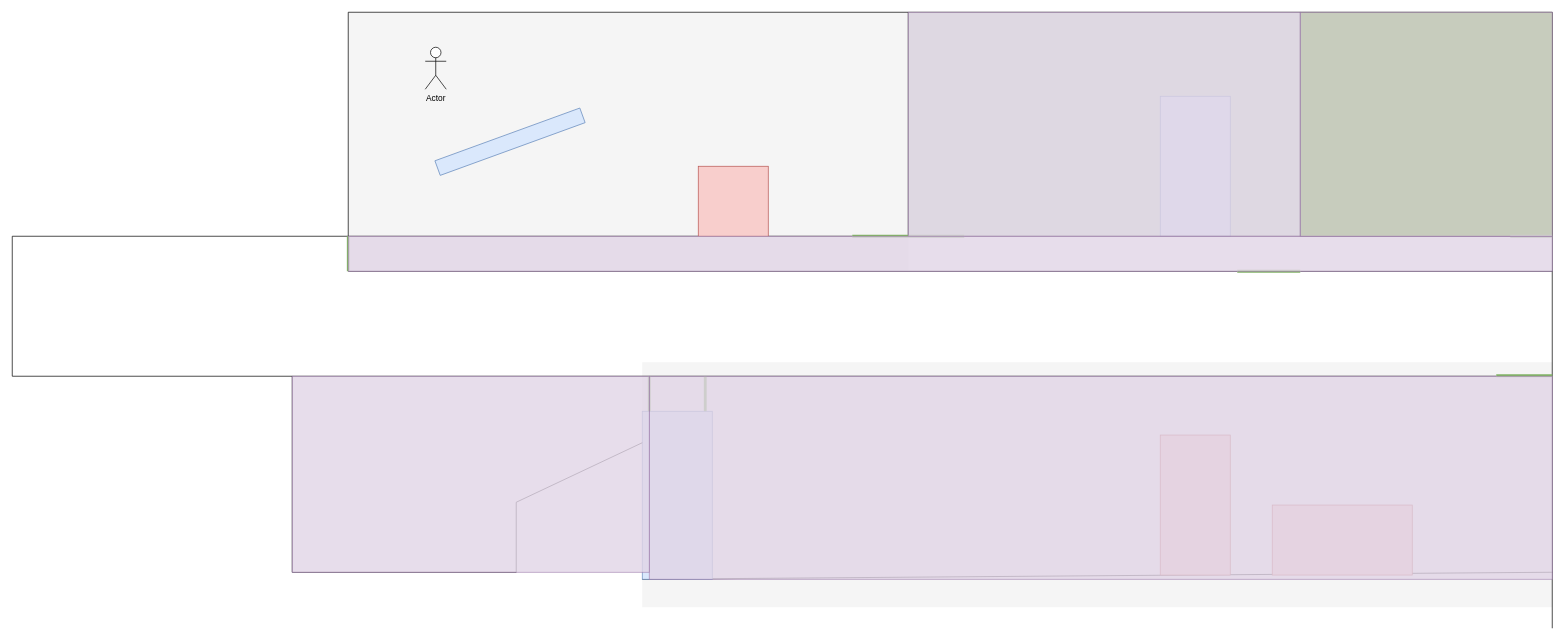
This is assets/map.drawio.xml from balooval/blob, a draw.io file, before an edit. Source tidied: cells renumbered, new cells numbered last; positions are measured from the earlier drawing's top-left corner, leaving out a move shared by most shapes. Both pictures are drawn from the tidied source at 70%, with x=0, y=0 at pixel (12, 12).
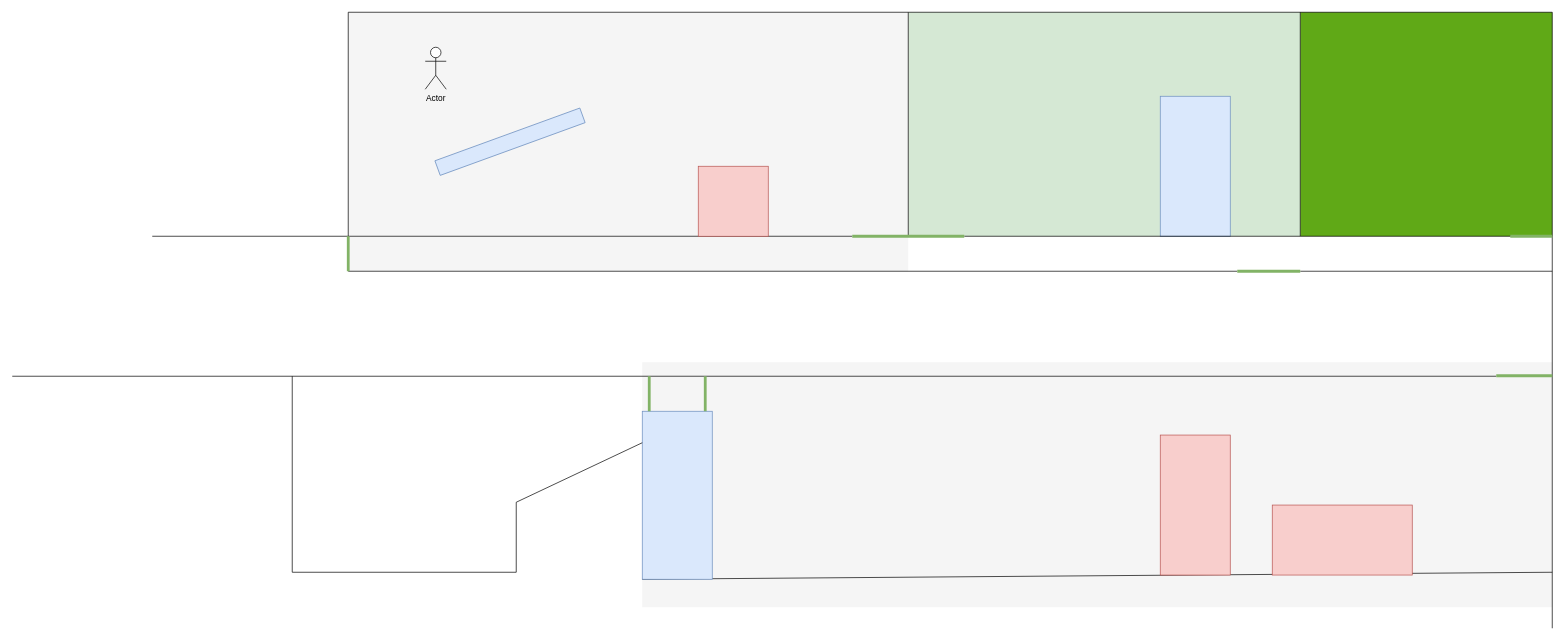
After the change.

What changed in the source:
```diff
@@
     <mxCell id="6" style="endArrow=none;html=1;rounded=0;" parent="1" edge="1">
       <mxGeometry relative="1" as="geometry">
-        <mxPoint y="520" as="sourcePoint" />
+        <mxPoint x="200" y="320" as="sourcePoint" />
         <mxPoint x="1200" y="320" as="targetPoint" />
-        <Array as="points">
-          <mxPoint y="320" />
-        </Array>
       </mxGeometry>
     </mxCell>
@@
-    <mxCell id="33" parent="0" />
-    <mxCell id="34" style="rounded=0;whiteSpace=wrap;html=1;fillColor=#e1d5e7;strokeColor=#9673a6;opacity=80;" parent="33" vertex="1">
-      <mxGeometry x="1280" width="560" height="320" as="geometry" />
-    </mxCell>
-    <mxCell id="35" style="rounded=0;whiteSpace=wrap;html=1;fillColor=#e1d5e7;strokeColor=#9673a6;opacity=80;" parent="33" vertex="1">
-      <mxGeometry x="480" y="320" width="1720" height="50" as="geometry" />
-    </mxCell>
-    <mxCell id="36" style="rounded=0;whiteSpace=wrap;html=1;fillColor=#e1d5e7;strokeColor=#9673a6;opacity=80;" parent="33" vertex="1">
-      <mxGeometry x="910" y="520" width="1290" height="290" as="geometry" />
-    </mxCell>
-    <mxCell id="37" style="rounded=0;whiteSpace=wrap;html=1;fillColor=#e1d5e7;strokeColor=#9673a6;opacity=80;" parent="33" vertex="1">
-      <mxGeometry x="400" y="520" width="510" height="280" as="geometry" />
-    </mxCell>
-    <mxCell id="38" style="rounded=0;whiteSpace=wrap;html=1;fillColor=#e1d5e7;strokeColor=#9673a6;opacity=80;" parent="33" vertex="1">
-      <mxGeometry x="1840" width="360" height="320" as="geometry" />
-    </mxCell>
```
